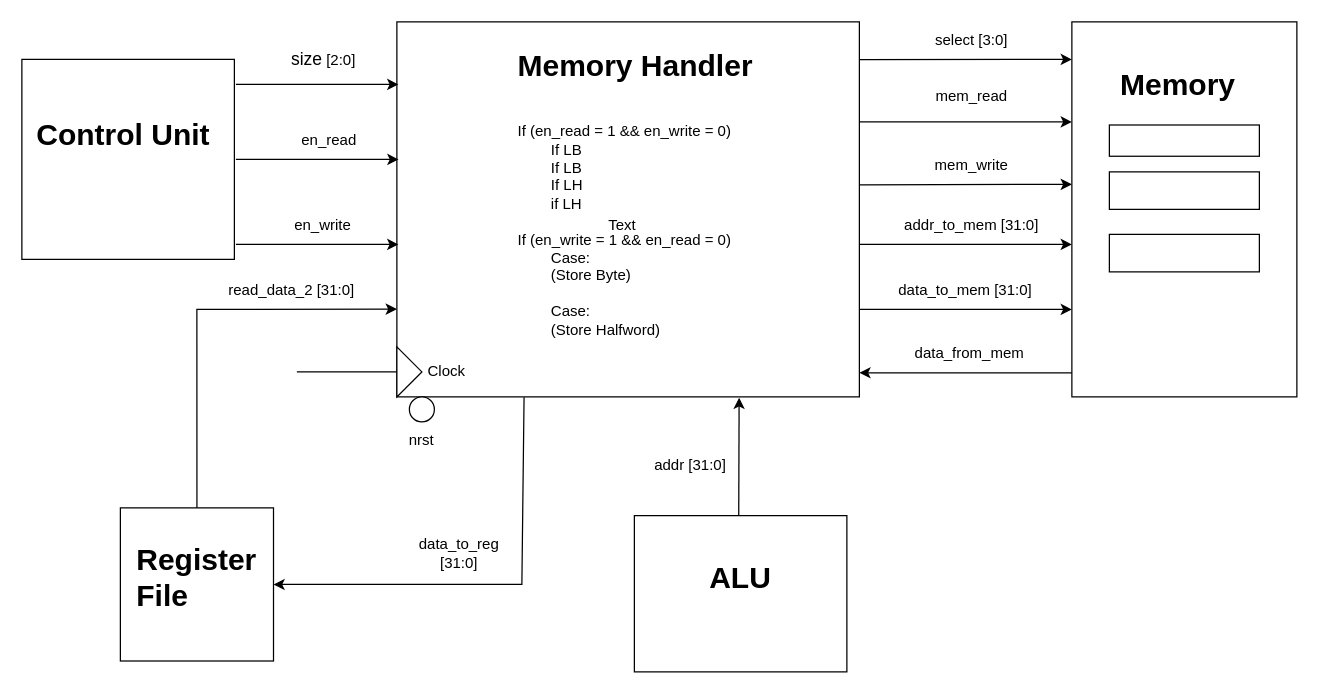
Before: RTL_Diagrams/Memory Handler.drawio in limichael246/STARS_2024, a draw.io diagram. Source tidied: cells renumbered, new cells numbered last; positions are measured from the earlier drawing's top-left corner, leaving out a move shared by most shapes. Both pictures are drawn from the tidied source at 125%, with x=0, y=0 at pixel (21, 21).
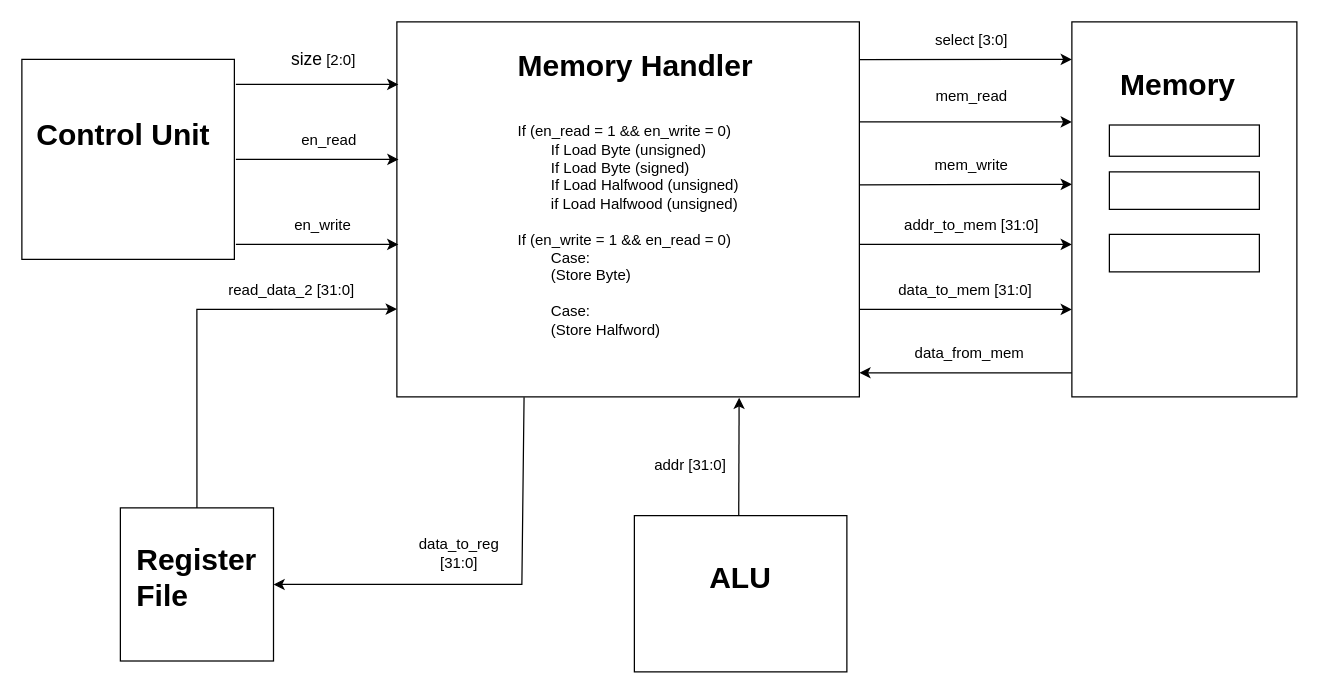
The same page after the edit.

Diff of the diagram source:
```diff
@@
-    <mxCell id="5" value="&lt;h1 style=&quot;margin-top: 0px;&quot;&gt;Memory Handler&lt;/h1&gt;&lt;div&gt;&lt;br&gt;&lt;/div&gt;&lt;div&gt;If (en_read = 1 &amp;amp;&amp;amp; en_write = 0)&amp;nbsp;&lt;/div&gt;&lt;div&gt;&lt;span style=&quot;white-space: pre;&quot;&gt;&#9;&lt;/span&gt;&lt;span style=&quot;text-align: center; background-color: initial;&quot;&gt;If LB&lt;/span&gt;&lt;/div&gt;&lt;div&gt;&lt;span style=&quot;background-color: initial; text-align: center;&quot;&gt;&amp;nbsp; &amp;nbsp; &amp;nbsp; &amp;nbsp; If LB&lt;/span&gt;&lt;/div&gt;&lt;div&gt;&lt;span style=&quot;background-color: initial; text-align: center;&quot;&gt;&amp;nbsp; &amp;nbsp; &amp;nbsp; &amp;nbsp; If LH&lt;/span&gt;&lt;/div&gt;&lt;div&gt;&lt;span style=&quot;background-color: initial; text-align: center;&quot;&gt;&amp;nbsp; &amp;nbsp; &amp;nbsp; &amp;nbsp; if LH&lt;/span&gt;&lt;/div&gt;&lt;div&gt;&lt;span style=&quot;background-color: initial;&quot;&gt;&lt;br&gt;&lt;/span&gt;&lt;/div&gt;&lt;div&gt;&lt;span style=&quot;background-color: initial;&quot;&gt;If (en_write = 1 &amp;amp;&amp;amp; en_read = 0)&lt;/span&gt;&lt;/div&gt;&lt;div&gt;&lt;span style=&quot;white-space: pre;&quot;&gt;&#9;&lt;/span&gt;Case:&amp;nbsp;&lt;/div&gt;&lt;div&gt;&lt;span style=&quot;white-space: pre;&quot;&gt;&#9;&lt;/span&gt;(Store Byte)&lt;br&gt;&lt;/div&gt;&lt;div&gt;&lt;br&gt;&lt;/div&gt;&lt;div&gt;&lt;span style=&quot;white-space: pre;&quot;&gt;&#9;&lt;/span&gt;Case:&amp;nbsp;&lt;br&gt;&lt;/div&gt;&lt;div&gt;&lt;span style=&quot;white-space: pre;&quot;&gt;&#9;&lt;/span&gt;(Store Halfword)&lt;br&gt;&lt;/div&gt;&lt;div&gt;&lt;br&gt;&lt;/div&gt;" style="text;html=1;whiteSpace=wrap;overflow=hidden;rounded=0;" parent="1" vertex="1">
+    <mxCell id="5" value="&lt;h1 style=&quot;margin-top: 0px;&quot;&gt;Memory Handler&lt;/h1&gt;&lt;div&gt;&lt;br&gt;&lt;/div&gt;&lt;div&gt;If (en_read = 1 &amp;amp;&amp;amp; en_write = 0)&amp;nbsp;&lt;/div&gt;&lt;div&gt;&lt;span style=&quot;white-space: pre;&quot;&gt;&#9;&lt;/span&gt;&lt;span style=&quot;text-align: center; background-color: initial;&quot;&gt;If Load Byte (unsigned)&lt;/span&gt;&lt;/div&gt;&lt;div&gt;&lt;span style=&quot;background-color: initial; text-align: center;&quot;&gt;&amp;nbsp; &amp;nbsp; &amp;nbsp; &amp;nbsp; If Load Byte (signed)&lt;/span&gt;&lt;/div&gt;&lt;div&gt;&lt;span style=&quot;background-color: initial; text-align: center;&quot;&gt;&amp;nbsp; &amp;nbsp; &amp;nbsp; &amp;nbsp; If Load Halfwood (unsigned)&lt;/span&gt;&lt;/div&gt;&lt;div&gt;&lt;span style=&quot;background-color: initial; text-align: center;&quot;&gt;&amp;nbsp; &amp;nbsp; &amp;nbsp; &amp;nbsp; if Load Halfwood (unsigned)&lt;/span&gt;&lt;/div&gt;&lt;div&gt;&lt;span style=&quot;background-color: initial;&quot;&gt;&lt;br&gt;&lt;/span&gt;&lt;/div&gt;&lt;div&gt;&lt;span style=&quot;background-color: initial;&quot;&gt;If (en_write = 1 &amp;amp;&amp;amp; en_read = 0)&lt;/span&gt;&lt;/div&gt;&lt;div&gt;&lt;span style=&quot;white-space: pre;&quot;&gt;&#9;&lt;/span&gt;Case:&amp;nbsp;&lt;/div&gt;&lt;div&gt;&lt;span style=&quot;white-space: pre;&quot;&gt;&#9;&lt;/span&gt;(Store Byte)&lt;br&gt;&lt;/div&gt;&lt;div&gt;&lt;br&gt;&lt;/div&gt;&lt;div&gt;&lt;span style=&quot;white-space: pre;&quot;&gt;&#9;&lt;/span&gt;Case:&amp;nbsp;&lt;br&gt;&lt;/div&gt;&lt;div&gt;&lt;span style=&quot;white-space: pre;&quot;&gt;&#9;&lt;/span&gt;(Store Halfword)&lt;br&gt;&lt;/div&gt;&lt;div&gt;&lt;br&gt;&lt;/div&gt;" style="text;html=1;whiteSpace=wrap;overflow=hidden;rounded=0;" parent="1" vertex="1">
       <mxGeometry x="395" y="15" width="260" height="265" as="geometry" />
     </mxCell>
@@
-    <mxCell id="7" style="triangle;whiteSpace=wrap;html=1;" parent="1" vertex="1">
-      <mxGeometry x="300" y="260" width="20" height="40" as="geometry" />
-    </mxCell>
-    <mxCell id="8" style="endArrow=none;html=1;rounded=0;" parent="1" edge="1">
-      <mxGeometry relative="1" as="geometry">
-        <mxPoint x="220" y="280" as="sourcePoint" />
-        <mxPoint x="300" y="280" as="targetPoint" />
-      </mxGeometry>
-    </mxCell>
-    <mxCell id="9" value="Clock" style="text;html=1;align=center;verticalAlign=middle;whiteSpace=wrap;rounded=0;" parent="1" vertex="1">
-      <mxGeometry x="310" y="265" width="60" height="30" as="geometry" />
-    </mxCell>
-    <mxCell id="10" style="ellipse;whiteSpace=wrap;html=1;" parent="1" vertex="1">
-      <mxGeometry x="310" y="300" width="20" height="20" as="geometry" />
-    </mxCell>
-    <mxCell id="11" value="nrst" style="text;html=1;align=center;verticalAlign=middle;whiteSpace=wrap;rounded=0;" parent="1" vertex="1">
-      <mxGeometry x="290" y="320" width="60" height="30" as="geometry" />
-    </mxCell>
@@
-    <mxCell id="15" value="Text" style="text;html=1;align=center;verticalAlign=middle;strokeColor=none;fillColor=none;" parent="1" vertex="1">
-      <mxGeometry x="455" y="148" width="50" height="30" as="geometry" />
-    </mxCell>
```
